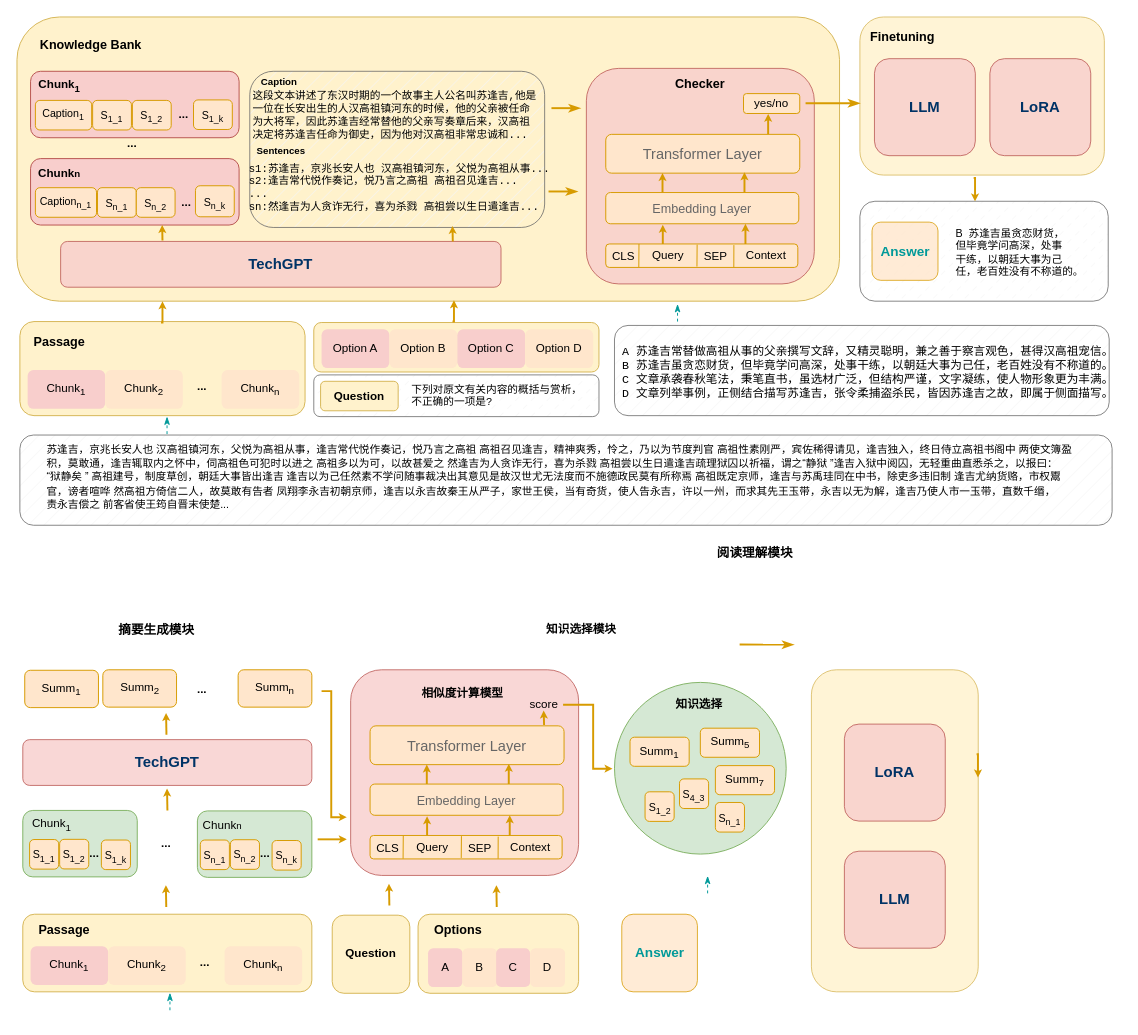
This is page "option-2" (10 of 13) of research.drawio from Asimok/draw, a draw.io file, before an edit. Source tidied: cells renumbered, new cells numbered last; positions are measured from the earlier drawing's top-left corner, leaving out a move shared by most shapes. Both pictures are drawn from the tidied source at 97%, with x=0, y=0 at pixel (16, 16).
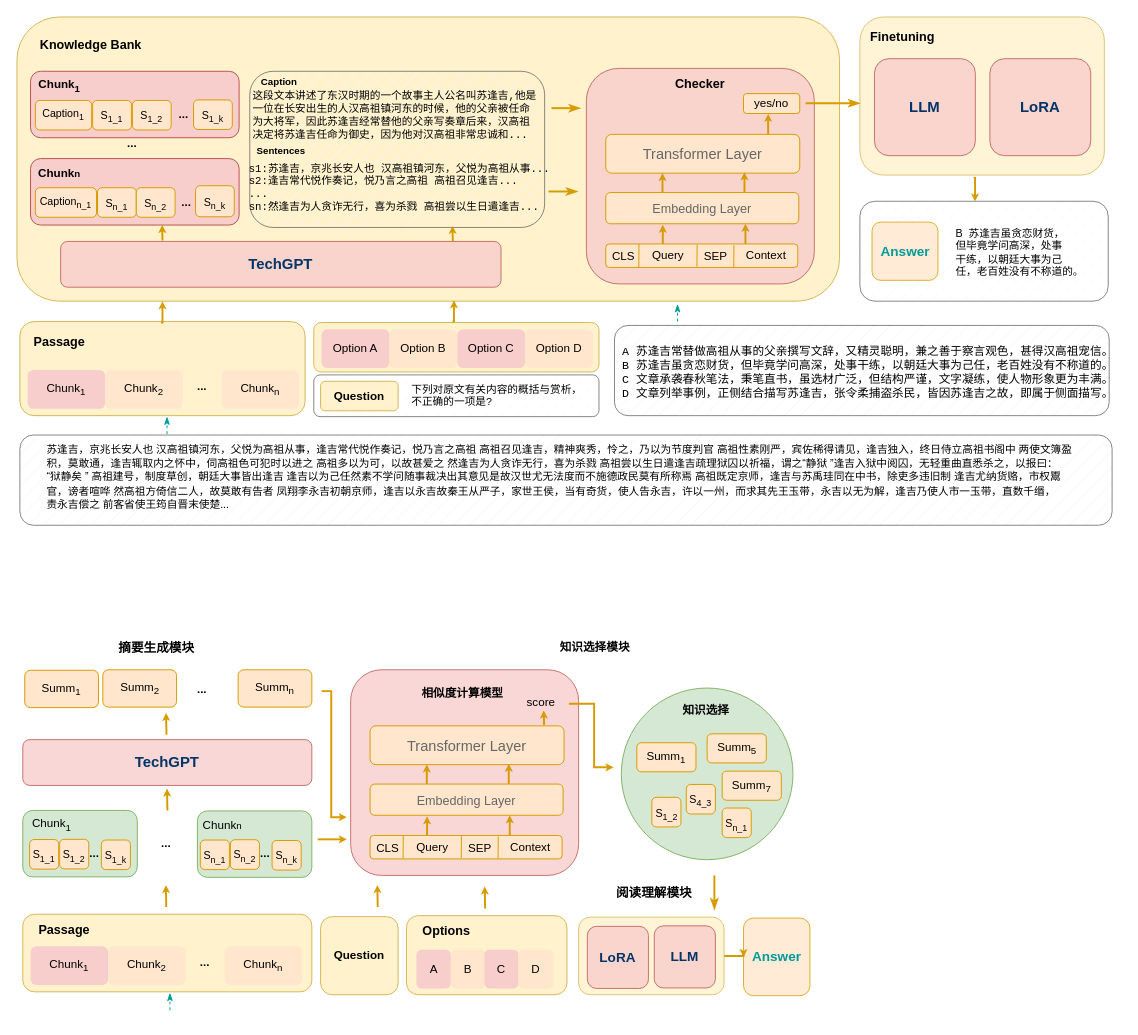
Above is the later version.

Change to the diagram source:
```diff
@@
-    <mxCell id="79" style="endArrow=classicThin;html=1;rounded=1;strokeWidth=1;endFill=1;strokeColor=#009999;dashed=1;" parent="1" edge="1">
-      <mxGeometry relative="1" as="geometry">
-        <mxPoint x="712" y="903.5" as="sourcePoint" />
-        <mxPoint x="712" y="885.5" as="targetPoint" />
-      </mxGeometry>
-    </mxCell>
@@
     <mxCell id="81" value="&lt;div style=&quot;font-size: 15.360001px;&quot;&gt;&lt;div style=&quot;font-size: 15.360001px;&quot; class=&quot;old-record-id-Yy6udGUAGoeq4YxWGWgc8CmznAh&quot;&gt;&lt;div&gt;&lt;div class=&quot;old-record-id-LsEKdqQSworhZmxPmoCcQG5mnKg&quot; style=&quot;&quot;&gt;&lt;div&gt;&lt;div class=&quot;ace-line ace-line old-record-id-AMYidXnhoo489fxQ9qdcv3c9nPg&quot;&gt;&lt;br&gt;&lt;/div&gt;&lt;/div&gt;&lt;/div&gt;&lt;/div&gt;&lt;/div&gt;&lt;/div&gt;" style="rounded=1;whiteSpace=wrap;html=1;fillColor=#fff2cc;strokeColor=#d6b656;shadow=0;glass=0;labelBackgroundColor=none;fillStyle=auto;opacity=80;" parent="1" vertex="1">
-      <mxGeometry x="819" y="673" width="172" height="332" as="geometry" />
+      <mxGeometry x="579" y="928" width="150" height="80" as="geometry" />
     </mxCell>
@@
     <mxCell id="84" style="rounded=1;whiteSpace=wrap;html=1;fillColor=#fff2cc;strokeColor=#d6b656;" parent="1" vertex="1">
-      <mxGeometry x="413.5" y="925" width="165.5" height="81.5" as="geometry" />
+      <mxGeometry x="401.5" y="926.5" width="165.5" height="81.5" as="geometry" />
     </mxCell>
     <mxCell id="85" value="&lt;div&gt;&lt;div class=&quot;old-record-id-AMYidXnhoo489fxQ9qdcv3c9nPg&quot;&gt;&lt;b&gt;Question&lt;/b&gt;&lt;/div&gt;&lt;/div&gt;" style="rounded=1;whiteSpace=wrap;html=1;fillColor=#fff2cc;strokeColor=#d6b656;fontStyle=0;" parent="1" vertex="1">
-      <mxGeometry x="325" y="926" width="80" height="80.5" as="geometry" />
+      <mxGeometry x="313" y="927.5" width="80" height="80.5" as="geometry" />
     </mxCell>
     <mxCell id="86" value="&lt;span&gt;&lt;font style=&quot;font-size: 12px;&quot;&gt;A&lt;/font&gt;&lt;/span&gt;" style="rounded=1;whiteSpace=wrap;html=1;fillColor=#f8cecc;strokeColor=none;fontStyle=0;" parent="1" vertex="1">
-      <mxGeometry x="423.8" y="960" width="35.5" height="40" as="geometry" />
+      <mxGeometry x="411.8" y="961.5" width="35.5" height="40" as="geometry" />
     </mxCell>
     <mxCell id="87" value="&lt;span&gt;&lt;font style=&quot;font-size: 12px;&quot;&gt;B&lt;/font&gt;&lt;/span&gt;" style="rounded=1;whiteSpace=wrap;html=1;fillColor=#ffe6cc;strokeColor=none;fontStyle=0;" parent="1" vertex="1">
-      <mxGeometry x="459.2" y="960" width="36" height="40" as="geometry" />
+      <mxGeometry x="447.2" y="961.5" width="36" height="40" as="geometry" />
     </mxCell>
     <mxCell id="88" value="&lt;span&gt;&lt;font style=&quot;font-size: 12px;&quot;&gt;C&lt;/font&gt;&lt;/span&gt;" style="rounded=1;whiteSpace=wrap;html=1;fillColor=#f8cecc;strokeColor=none;fontStyle=0;" parent="1" vertex="1">
-      <mxGeometry x="494" y="960" width="35" height="40" as="geometry" />
+      <mxGeometry x="482" y="961.5" width="35" height="40" as="geometry" />
     </mxCell>
@@
     <mxCell id="96" value="&lt;span style=&quot;font-size: 13px;&quot;&gt;&lt;b&gt;摘要生成模块&lt;/b&gt;&lt;/span&gt;" style="text;html=1;strokeColor=none;fillColor=none;align=left;verticalAlign=middle;whiteSpace=wrap;rounded=0;" parent="1" vertex="1">
-      <mxGeometry x="103" y="617" width="160" height="30" as="geometry" />
+      <mxGeometry x="103" y="635" width="160" height="30" as="geometry" />
     </mxCell>
@@
-    <mxCell id="104" value="&lt;div style=&quot;font-size: 15.360001px;&quot;&gt;&lt;div style=&quot;font-size: 15.360001px;&quot; class=&quot;old-record-id-Yy6udGUAGoeq4YxWGWgc8CmznAh&quot;&gt;&lt;div&gt;&lt;div class=&quot;old-record-id-LsEKdqQSworhZmxPmoCcQG5mnKg&quot; style=&quot;&quot;&gt;&lt;div&gt;&lt;div class=&quot;ace-line ace-line old-record-id-AMYidXnhoo489fxQ9qdcv3c9nPg&quot;&gt;&lt;b style=&quot;color: rgb(0, 51, 102); background-color: initial;&quot;&gt;LLM&lt;/b&gt;&lt;br&gt;&lt;/div&gt;&lt;/div&gt;&lt;/div&gt;&lt;/div&gt;&lt;/div&gt;&lt;/div&gt;" style="rounded=1;whiteSpace=wrap;html=1;fillColor=#f8cecc;strokeColor=#b85450;shadow=0;glass=0;labelBackgroundColor=none;fillStyle=auto;opacity=80;" parent="1" vertex="1">
-      <mxGeometry x="853" y="860" width="104" height="100" as="geometry" />
-    </mxCell>
     <mxCell id="105" value="&lt;div style=&quot;&quot;&gt;&lt;div style=&quot;&quot; class=&quot;old-record-id-Yy6udGUAGoeq4YxWGWgc8CmznAh&quot;&gt;&lt;div style=&quot;&quot;&gt;&lt;div class=&quot;old-record-id-LsEKdqQSworhZmxPmoCcQG5mnKg&quot; style=&quot;&quot;&gt;&lt;div style=&quot;&quot;&gt;&lt;div style=&quot;&quot; class=&quot;ace-line ace-line old-record-id-AMYidXnhoo489fxQ9qdcv3c9nPg&quot;&gt;&lt;b style=&quot;&quot;&gt;&lt;font style=&quot;font-size: 14px;&quot; color=&quot;#009999&quot;&gt;Answer&lt;/font&gt;&lt;/b&gt;&lt;/div&gt;&lt;/div&gt;&lt;/div&gt;&lt;/div&gt;&lt;/div&gt;&lt;/div&gt;" style="rounded=1;whiteSpace=wrap;html=1;fillColor=#ffe6cc;strokeColor=#d79b00;shadow=0;glass=0;labelBackgroundColor=none;fillStyle=auto;opacity=80;" parent="1" vertex="1">
-      <mxGeometry x="623.5" y="925" width="78" height="80" as="geometry" />
+      <mxGeometry x="749" y="929" width="68.5" height="80" as="geometry" />
     </mxCell>
     <mxCell id="106" value="&lt;div style=&quot;&quot;&gt;&lt;b style=&quot;background-color: initial; border-color: var(--border-color);&quot;&gt;&lt;font style=&quot;border-color: var(--border-color); font-size: 13px;&quot;&gt;阅读理解模块&lt;/font&gt;&lt;/b&gt;&lt;/div&gt;" style="text;html=1;strokeColor=none;fillColor=none;align=left;verticalAlign=middle;whiteSpace=wrap;rounded=0;" parent="1" vertex="1">
-      <mxGeometry x="720" y="535" width="160" height="33" as="geometry" />
+      <mxGeometry x="616" y="886.5" width="160" height="33" as="geometry" />
     </mxCell>
-    <mxCell id="107" value="&lt;div style=&quot;font-size: 15.360001px;&quot;&gt;&lt;div style=&quot;font-size: 15.360001px;&quot; class=&quot;old-record-id-Yy6udGUAGoeq4YxWGWgc8CmznAh&quot;&gt;&lt;div&gt;&lt;div class=&quot;old-record-id-LsEKdqQSworhZmxPmoCcQG5mnKg&quot; style=&quot;&quot;&gt;&lt;div&gt;&lt;div class=&quot;ace-line ace-line old-record-id-AMYidXnhoo489fxQ9qdcv3c9nPg&quot;&gt;&lt;b style=&quot;color: rgb(0, 51, 102); background-color: initial;&quot;&gt;LoRA&lt;/b&gt;&lt;br&gt;&lt;/div&gt;&lt;/div&gt;&lt;/div&gt;&lt;/div&gt;&lt;/div&gt;&lt;/div&gt;" style="rounded=1;whiteSpace=wrap;html=1;fillColor=#f8cecc;strokeColor=#b85450;shadow=0;glass=0;labelBackgroundColor=none;fillStyle=auto;opacity=80;" parent="1" vertex="1">
-      <mxGeometry x="853" y="729" width="104" height="100" as="geometry" />
+    <mxCell id="107" value="&lt;div style=&quot;&quot;&gt;&lt;div style=&quot;&quot; class=&quot;old-record-id-Yy6udGUAGoeq4YxWGWgc8CmznAh&quot;&gt;&lt;div style=&quot;&quot;&gt;&lt;div class=&quot;old-record-id-LsEKdqQSworhZmxPmoCcQG5mnKg&quot; style=&quot;&quot;&gt;&lt;div style=&quot;&quot;&gt;&lt;div style=&quot;&quot; class=&quot;ace-line ace-line old-record-id-AMYidXnhoo489fxQ9qdcv3c9nPg&quot;&gt;&lt;b style=&quot;color: rgb(0, 51, 102); background-color: initial;&quot;&gt;&lt;font style=&quot;font-size: 14px;&quot;&gt;LoRA&lt;/font&gt;&lt;/b&gt;&lt;br&gt;&lt;/div&gt;&lt;/div&gt;&lt;/div&gt;&lt;/div&gt;&lt;/div&gt;&lt;/div&gt;" style="rounded=1;whiteSpace=wrap;html=1;fillColor=#f8cecc;strokeColor=#b85450;shadow=0;glass=0;labelBackgroundColor=none;fillStyle=auto;opacity=80;" parent="1" vertex="1">
+      <mxGeometry x="588" y="937.5" width="63" height="64" as="geometry" />
     </mxCell>
-    <mxCell id="108" value="&lt;div style=&quot;line-height: 20%; font-size: 11px;&quot;&gt;&lt;pre style=&quot;text-align: justify; border-color: var(--border-color); line-height: 20%;&quot; class=&quot;ace-line ace-line old-record-id-KoQpdHg80ooXVRxz5DfcN48Enpf&quot;&gt;&lt;div&gt;&lt;div class=&quot;old-record-id-YAy0d5kbKo9NwcxwWL2c3Hf2nib&quot;&gt;&lt;br&gt;&lt;/div&gt;&lt;/div&gt;&lt;/pre&gt;&lt;/div&gt;" style="text;html=1;align=right;verticalAlign=middle;strokeColor=none;fillColor=none;" parent="1" vertex="1">
-      <mxGeometry x="1073.5" y="823" width="18" height="36" as="geometry" />
-    </mxCell>
@@
     <mxCell id="119" style="endArrow=classicThin;html=1;rounded=1;strokeWidth=2;endFill=1;strokeColor=#d79b00;fillColor=#ffe6cc;" parent="1" edge="1">
       <mxGeometry relative="1" as="geometry">
-        <mxPoint x="745" y="647" as="sourcePoint" />
-        <mxPoint x="801" y="647.1" as="targetPoint" />
+        <mxPoint x="719" y="885" as="sourcePoint" />
+        <mxPoint x="719" y="920.5" as="targetPoint" />
       </mxGeometry>
     </mxCell>
-    <mxCell id="120" style="edgeStyle=orthogonalEdgeStyle;rounded=0;jumpSize=3;orthogonalLoop=1;jettySize=auto;html=1;strokeWidth=2;endSize=2;strokeColor=#d79b00;fillColor=#ffe6cc;" parent="1" edge="1">
-      <mxGeometry relative="1" as="geometry">
-        <mxPoint x="989.3" y="760" as="sourcePoint" />
-        <mxPoint x="990.7" y="784" as="targetPoint" />
-      </mxGeometry>
-    </mxCell>
@@
     <mxCell id="123" value="&lt;b style=&quot;text-align: center;&quot;&gt;知识选择模块&lt;/b&gt;" style="text;html=1;strokeColor=none;fillColor=none;align=left;verticalAlign=middle;whiteSpace=wrap;rounded=0;" parent="1" vertex="1">
-      <mxGeometry x="544" y="617" width="160" height="30" as="geometry" />
+      <mxGeometry x="558" y="635" width="160" height="30" as="geometry" />
     </mxCell>
@@
     <mxCell id="140" value="&lt;span style=&quot;font-size: 13px;&quot;&gt;&lt;b&gt;Options&lt;/b&gt;&lt;/span&gt;" style="text;html=1;strokeColor=none;fillColor=none;align=center;verticalAlign=middle;whiteSpace=wrap;rounded=0;" parent="1" vertex="1">
-      <mxGeometry x="424.5" y="925.5" width="60" height="30" as="geometry" />
+      <mxGeometry x="412.5" y="927" width="60" height="30" as="geometry" />
     </mxCell>
@@
     <mxCell id="142" style="edgeStyle=orthogonalEdgeStyle;rounded=0;jumpSize=3;orthogonalLoop=1;jettySize=auto;html=1;entryX=0.25;entryY=1;entryDx=0;entryDy=0;strokeWidth=2;endSize=2;strokeColor=#d79b00;fillColor=#ffe6cc;" parent="1" edge="1">
       <mxGeometry relative="1" as="geometry">
-        <mxPoint x="383.9" y="916" as="sourcePoint" />
-        <mxPoint x="383.5" y="893.5" as="targetPoint" />
+        <mxPoint x="371.9" y="917.5" as="sourcePoint" />
+        <mxPoint x="371.5" y="895" as="targetPoint" />
       </mxGeometry>
     </mxCell>
     <mxCell id="143" style="edgeStyle=orthogonalEdgeStyle;rounded=0;jumpSize=3;orthogonalLoop=1;jettySize=auto;html=1;entryX=0.25;entryY=1;entryDx=0;entryDy=0;strokeWidth=2;endSize=2;strokeColor=#d79b00;fillColor=#ffe6cc;" parent="1" edge="1">
       <mxGeometry relative="1" as="geometry">
-        <mxPoint x="494.6" y="917.5" as="sourcePoint" />
-        <mxPoint x="494.2" y="895" as="targetPoint" />
+        <mxPoint x="482.6" y="919" as="sourcePoint" />
+        <mxPoint x="482.2" y="896.5" as="targetPoint" />
       </mxGeometry>
     </mxCell>
     <mxCell id="144" value="&lt;span&gt;&lt;font style=&quot;font-size: 12px;&quot;&gt;D&lt;/font&gt;&lt;/span&gt;" style="rounded=1;whiteSpace=wrap;html=1;fillColor=#ffe6cc;strokeColor=none;fontStyle=0;" parent="1" vertex="1">
-      <mxGeometry x="529" y="960" width="36" height="40" as="geometry" />
+      <mxGeometry x="517" y="961.5" width="36" height="40" as="geometry" />
     </mxCell>
     <mxCell id="145" style="ellipse;whiteSpace=wrap;html=1;fillColor=#d5e8d4;strokeColor=#82b366;" parent="1" vertex="1">
-      <mxGeometry x="616" y="686" width="177" height="177" as="geometry" />
+      <mxGeometry x="623" y="691.8" width="177" height="177" as="geometry" />
     </mxCell>
     <mxCell id="146" value="&lt;b&gt;知识选择&lt;/b&gt;" style="text;html=1;strokeColor=none;fillColor=none;align=center;verticalAlign=middle;whiteSpace=wrap;rounded=0;" parent="1" vertex="1">
-      <mxGeometry x="600" y="694" width="207" height="30" as="geometry" />
+      <mxGeometry x="607" y="699.8" width="207" height="30" as="geometry" />
     </mxCell>
     <mxCell id="147" value="Summ&lt;sub&gt;1&lt;/sub&gt;" style="rounded=1;whiteSpace=wrap;html=1;fillColor=#ffe6cc;strokeColor=#d79b00;" parent="1" vertex="1">
-      <mxGeometry x="632" y="742.5" width="61" height="30" as="geometry" />
+      <mxGeometry x="639" y="748.2" width="61" height="30" as="geometry" />
     </mxCell>
     <mxCell id="148" value="&lt;sub style=&quot;font-size: 11px;&quot;&gt;&lt;span style=&quot;&quot;&gt;S&lt;sub&gt;1_2&lt;/sub&gt;&lt;/span&gt;&lt;/sub&gt;" style="rounded=1;whiteSpace=wrap;html=1;fillColor=#ffe6cc;strokeColor=#d79b00;fontStyle=0;" parent="1" vertex="1">
-      <mxGeometry x="647.5" y="798.8" width="30" height="30.5" as="geometry" />
+      <mxGeometry x="654.5" y="804.5" width="30" height="30.5" as="geometry" />
     </mxCell>
     <mxCell id="149" value="&lt;sub style=&quot;font-size: 11px;&quot;&gt;&lt;span style=&quot;&quot;&gt;S&lt;sub&gt;n_1&lt;/sub&gt;&lt;/span&gt;&lt;/sub&gt;" style="rounded=1;whiteSpace=wrap;html=1;fillColor=#ffe6cc;strokeColor=#d79b00;fontStyle=0;" parent="1" vertex="1">
-      <mxGeometry x="720" y="809.8" width="30" height="30.5" as="geometry" />
+      <mxGeometry x="727" y="815.5" width="30" height="30.5" as="geometry" />
     </mxCell>
     <mxCell id="150" value="Summ&lt;sub&gt;5&lt;/sub&gt;" style="rounded=1;whiteSpace=wrap;html=1;fillColor=#ffe6cc;strokeColor=#d79b00;" parent="1" vertex="1">
-      <mxGeometry x="704.5" y="733.2" width="61" height="30" as="geometry" />
+      <mxGeometry x="711.5" y="739" width="61" height="30" as="geometry" />
     </mxCell>
     <mxCell id="151" value="&lt;sub style=&quot;font-size: 11px;&quot;&gt;&lt;span style=&quot;&quot;&gt;S&lt;sub&gt;4_3&lt;/sub&gt;&lt;/span&gt;&lt;/sub&gt;" style="rounded=1;whiteSpace=wrap;html=1;fillColor=#ffe6cc;strokeColor=#d79b00;fontStyle=0;" parent="1" vertex="1">
-      <mxGeometry x="683" y="785.5" width="30" height="30.5" as="geometry" />
+      <mxGeometry x="690" y="791.2" width="30" height="30.5" as="geometry" />
     </mxCell>
     <mxCell id="152" value="Summ&lt;sub&gt;7&lt;/sub&gt;" style="rounded=1;whiteSpace=wrap;html=1;fillColor=#ffe6cc;strokeColor=#d79b00;" parent="1" vertex="1">
-      <mxGeometry x="720" y="771.8" width="61" height="30" as="geometry" />
+      <mxGeometry x="727" y="777.5" width="61" height="30" as="geometry" />
     </mxCell>
-    <mxCell id="153" style="edgeStyle=orthogonalEdgeStyle;rounded=0;jumpSize=3;orthogonalLoop=1;jettySize=auto;html=1;strokeWidth=2;endSize=2;strokeColor=#d79b00;fillColor=#ffe6cc;exitX=1;exitY=0.5;exitDx=0;exitDy=0;" parent="1" edge="1">
+    <mxCell id="153" style="edgeStyle=orthogonalEdgeStyle;rounded=0;jumpSize=3;orthogonalLoop=1;jettySize=auto;html=1;strokeWidth=2;endSize=2;strokeColor=#d79b00;fillColor=#ffe6cc;" parent="1" edge="1">
       <mxGeometry relative="1" as="geometry">
-        <mxPoint x="563" y="709" as="sourcePoint" />
-        <mxPoint x="614" y="775" as="targetPoint" />
+        <mxPoint x="570" y="707" as="sourcePoint" />
+        <mxPoint x="615" y="773.5" as="targetPoint" />
         <Array as="points">
-          <mxPoint x="594" y="709" />
+          <mxPoint x="595" y="708" />
+          <mxPoint x="595" y="773" />
         </Array>
       </mxGeometry>
     </mxCell>
@@
     <mxCell id="155" value="score" style="text;html=1;align=center;verticalAlign=middle;strokeColor=none;fillColor=none;" parent="1" vertex="1">
-      <mxGeometry x="518" y="694" width="50" height="30" as="geometry" />
+      <mxGeometry x="515" y="691.8" width="50" height="30" as="geometry" />
     </mxCell>
+    <mxCell id="104" value="&lt;div style=&quot;&quot;&gt;&lt;div style=&quot;&quot; class=&quot;old-record-id-Yy6udGUAGoeq4YxWGWgc8CmznAh&quot;&gt;&lt;div style=&quot;&quot;&gt;&lt;div class=&quot;old-record-id-LsEKdqQSworhZmxPmoCcQG5mnKg&quot; style=&quot;&quot;&gt;&lt;div style=&quot;&quot;&gt;&lt;div style=&quot;&quot; class=&quot;ace-line ace-line old-record-id-AMYidXnhoo489fxQ9qdcv3c9nPg&quot;&gt;&lt;b style=&quot;color: rgb(0, 51, 102); background-color: initial;&quot;&gt;&lt;font style=&quot;font-size: 14px;&quot;&gt;LLM&lt;/font&gt;&lt;/b&gt;&lt;br&gt;&lt;/div&gt;&lt;/div&gt;&lt;/div&gt;&lt;/div&gt;&lt;/div&gt;&lt;/div&gt;" style="rounded=1;whiteSpace=wrap;html=1;fillColor=#f8cecc;strokeColor=#b85450;shadow=0;glass=0;labelBackgroundColor=none;fillStyle=auto;opacity=80;" parent="1" vertex="1">
+      <mxGeometry x="657" y="937" width="63" height="64" as="geometry" />
+    </mxCell>
+    <mxCell id="156" style="edgeStyle=orthogonalEdgeStyle;rounded=0;jumpSize=3;jettySize=auto;html=1;entryX=0;entryY=0.5;entryDx=0;entryDy=0;strokeWidth=2;endSize=2;strokeColor=#d79b00;fillColor=#ffe6cc;exitX=1;exitY=0.5;exitDx=0;exitDy=0;" parent="1" edge="1" source="81" target="105">
+      <mxGeometry relative="1" as="geometry" />
+    </mxCell>
```
